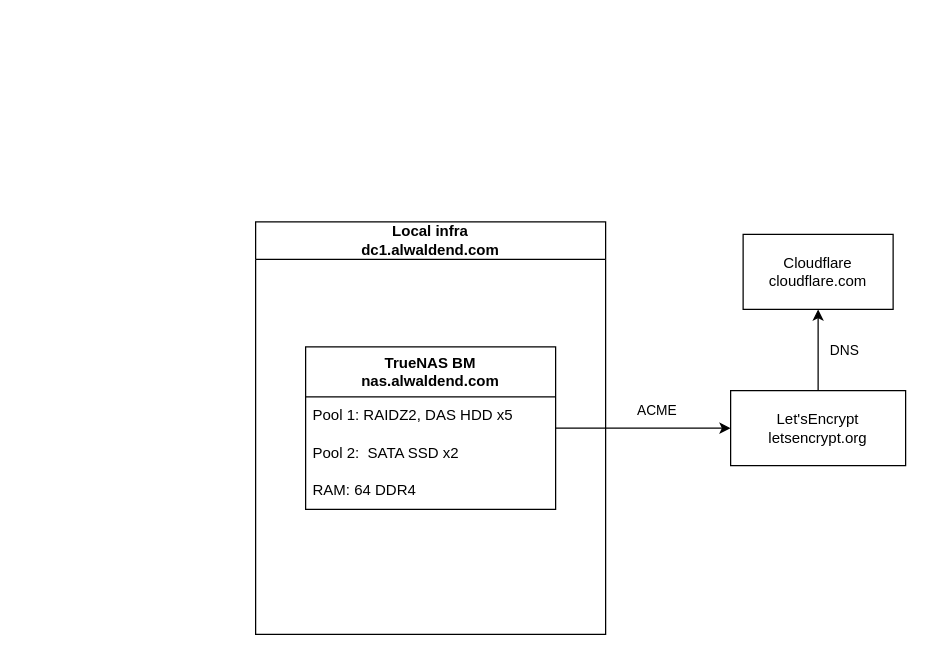
This is page "Truenas" (10 of 15) of infra/arch/arch.drawio from alwaldend/src, a draw.io file, before an edit. Source tidied: cells renumbered, new cells numbered last; positions are measured from the earlier drawing's top-left corner, leaving out a move shared by most shapes. Both pictures are drawn from the tidied source at 125%, with x=0, y=0 at pixel (255, 221).
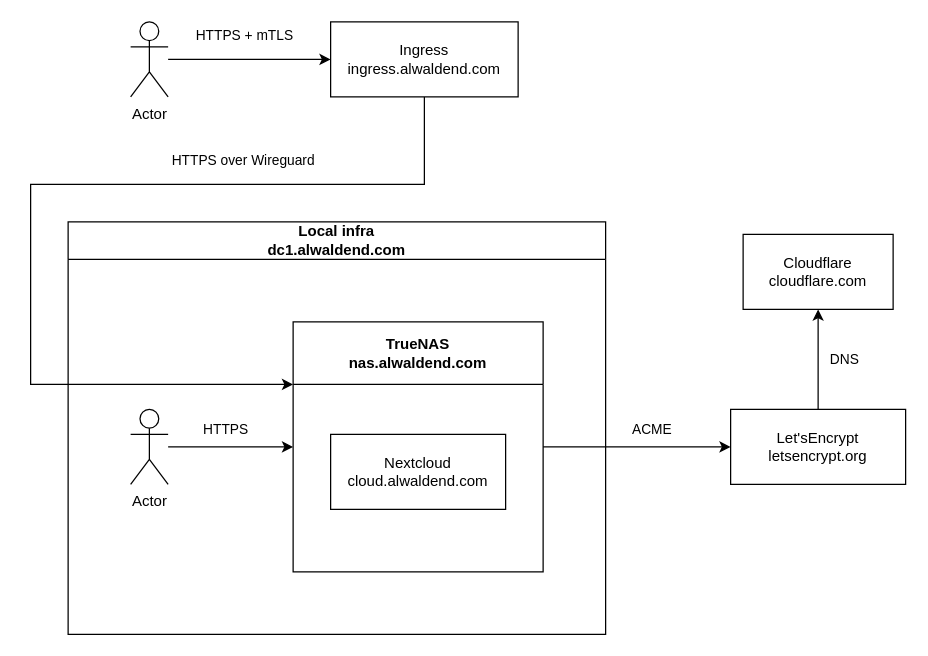
Above is the later version.

Commit message (it also covers changes not shown here):
Add nextcloud dns, remove dns for the second ingress host because of ACME issues

Diff of the diagram source:
```diff
@@
     <mxCell id="2" value="Local infra&lt;div&gt;dc1.alwaldend.com&lt;/div&gt;" style="swimlane;whiteSpace=wrap;html=1;startSize=30;" parent="1" vertex="1">
-      <mxGeometry width="280" height="330" as="geometry" />
+      <mxGeometry x="-150" width="430" height="330" as="geometry" />
     </mxCell>
-    <mxCell id="3" value="&lt;span style=&quot;font-weight: 700;&quot;&gt;TrueNAS BM&lt;/span&gt;&lt;div style=&quot;font-weight: 700;&quot;&gt;nas.alwaldend.com&lt;/div&gt;" style="swimlane;fontStyle=0;horizontal=1;startSize=40;whiteSpace=wrap;html=1;" parent="2" vertex="1">
-      <mxGeometry x="40" y="100" width="200" height="130" as="geometry" />
-    </mxCell>
-    <mxCell id="4" value="Pool 1: RAIDZ2, DAS HDD x5" style="text;strokeColor=none;fillColor=none;align=left;verticalAlign=middle;spacingLeft=4;spacingRight=4;overflow=hidden;whiteSpace=wrap;html=1;" parent="3" vertex="1">
-      <mxGeometry y="40" width="200" height="30" as="geometry" />
-    </mxCell>
-    <mxCell id="5" value="Pool 2:&amp;nbsp; SATA SSD x2" style="text;strokeColor=none;fillColor=none;align=left;verticalAlign=middle;spacingLeft=4;spacingRight=4;overflow=hidden;whiteSpace=wrap;html=1;" parent="3" vertex="1">
-      <mxGeometry y="70" width="200" height="30" as="geometry" />
-    </mxCell>
-    <mxCell id="6" value="RAM: 64 DDR4" style="text;strokeColor=none;fillColor=none;align=left;verticalAlign=middle;spacingLeft=4;spacingRight=4;overflow=hidden;whiteSpace=wrap;html=1;" parent="3" vertex="1">
-      <mxGeometry y="100" width="200" height="30" as="geometry" />
-    </mxCell>
+    <mxCell id="13" value="&lt;div&gt;TrueNAS&lt;/div&gt;&lt;div&gt;nas.alwaldend.com&lt;/div&gt;" style="swimlane;whiteSpace=wrap;html=1;startSize=50;" parent="2" vertex="1">
+      <mxGeometry x="180" y="80" width="200" height="200" as="geometry" />
+    </mxCell>
+    <mxCell id="14" value="Nextcloud&lt;div&gt;cloud.alwaldend.com&lt;/div&gt;" style="rounded=0;whiteSpace=wrap;html=1;" parent="13" vertex="1">
+      <mxGeometry x="30" y="90" width="140" height="60" as="geometry" />
+    </mxCell>
+    <mxCell id="15" style="edgeStyle=orthogonalEdgeStyle;rounded=0;jettySize=auto;html=1;entryX=0;entryY=0.5;entryDx=0;entryDy=0;" parent="2" edge="1" source="17" target="13">
+      <mxGeometry relative="1" as="geometry" />
+    </mxCell>
+    <mxCell id="16" value="HTTPS" style="edgeLabel;html=1;align=center;verticalAlign=middle;" parent="15" vertex="1">
+      <mxGeometry x="0.39" relative="1" as="geometry">
+        <mxPoint x="-25" y="-15" as="offset" />
+      </mxGeometry>
+    </mxCell>
+    <mxCell id="17" value="Actor" style="shape=umlActor;verticalLabelPosition=bottom;verticalAlign=top;html=1;outlineConnect=0;" parent="2" vertex="1">
+      <mxGeometry x="50" y="150" width="30" height="60" as="geometry" />
+    </mxCell>
@@
     <mxCell id="9" value="Let'sEncrypt&lt;br&gt;letsencrypt.org" style="rounded=0;whiteSpace=wrap;html=1;" parent="1" vertex="1">
-      <mxGeometry x="380" y="135" width="140" height="60" as="geometry" />
+      <mxGeometry x="380" y="150" width="140" height="60" as="geometry" />
     </mxCell>
-    <mxCell id="10" style="edgeStyle=orthogonalEdgeStyle;rounded=0;jettySize=auto;html=1;entryX=0;entryY=0.5;entryDx=0;entryDy=0;exitX=1;exitY=0.5;exitDx=0;exitDy=0;" parent="1" edge="1" source="3" target="9">
+    <mxCell id="10" style="edgeStyle=orthogonalEdgeStyle;rounded=0;jettySize=auto;html=1;entryX=0;entryY=0.5;entryDx=0;entryDy=0;exitX=1;exitY=0.5;exitDx=0;exitDy=0;" parent="1" edge="1" source="13" target="9">
       <mxGeometry relative="1" as="geometry" />
     </mxCell>
@@
+    <mxCell id="18" style="edgeStyle=orthogonalEdgeStyle;rounded=0;jettySize=auto;html=1;entryX=0;entryY=0.25;entryDx=0;entryDy=0;" parent="1" edge="1" source="20" target="13">
+      <mxGeometry relative="1" as="geometry">
+        <Array as="points">
+          <mxPoint x="135" y="-30" />
+          <mxPoint x="-180" y="-30" />
+          <mxPoint x="-180" y="130" />
+        </Array>
+      </mxGeometry>
+    </mxCell>
+    <mxCell id="19" value="HTTPS over Wireguard" style="edgeLabel;html=1;align=center;verticalAlign=middle;" parent="18" vertex="1">
+      <mxGeometry x="-0.6" y="-4" relative="1" as="geometry">
+        <mxPoint x="-65" y="-16" as="offset" />
+      </mxGeometry>
+    </mxCell>
+    <mxCell id="20" value="Ingress&lt;div&gt;ingress.alwaldend.com&lt;/div&gt;" style="rounded=0;whiteSpace=wrap;html=1;" parent="1" vertex="1">
+      <mxGeometry x="60" y="-160" width="150" height="60" as="geometry" />
+    </mxCell>
+    <mxCell id="21" style="edgeStyle=orthogonalEdgeStyle;rounded=0;jettySize=auto;html=1;entryX=0;entryY=0.5;entryDx=0;entryDy=0;" parent="1" edge="1" source="23" target="20">
+      <mxGeometry relative="1" as="geometry" />
+    </mxCell>
+    <mxCell id="22" value="HTTPS + mTLS" style="edgeLabel;html=1;align=center;verticalAlign=middle;" parent="21" vertex="1">
+      <mxGeometry x="0.29" y="-1" relative="1" as="geometry">
+        <mxPoint x="-24" y="-21" as="offset" />
+      </mxGeometry>
+    </mxCell>
+    <mxCell id="23" value="Actor" style="shape=umlActor;verticalLabelPosition=bottom;verticalAlign=top;html=1;outlineConnect=0;" parent="1" vertex="1">
+      <mxGeometry x="-100" y="-160" width="30" height="60" as="geometry" />
+    </mxCell>
```
